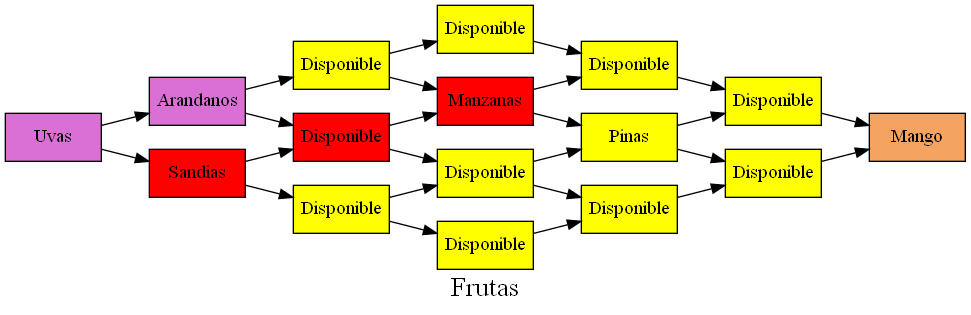
This is Images/Ruta.gv.png from AdrianMolina2000/LF_Proyecto2, a Graphviz export, as it was before one commit. Its source is kept beside it as Images/Ruta.gv.
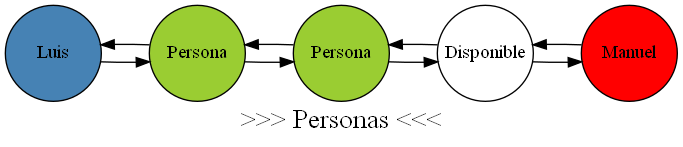
The same diagram one commit later.

Change to the diagram source:
```diff
@@ -1,62 +1,24 @@
 digraph Ruta {
-	node [color=black fillcolor=orchid fixedsize=true shape=box style=filled width=1]
-	"nodo(0, 0)" [label=Uvas]
-	node [color=black fillcolor=orchid fixedsize=true shape=box style=filled width=1]
-	"nodo(0, 1)" [label=Arandanos]
-	node [color=black fillcolor=yellow fixedsize=true shape=box style=filled width=1]
-	"nodo(0, 2)" [label=Disponible]
-	node [color=black fillcolor=yellow fixedsize=true shape=box style=filled width=1]
-	"nodo(0, 3)" [label=Disponible]
-	node [color=black fillcolor=red fixedsize=true shape=box style=filled width=1]
-	"nodo(1, 0)" [label=Sandias]
-	node [color=black fillcolor=red fixedsize=true shape=box style=filled width=1]
-	"nodo(1, 1)" [label=Disponible]
-	node [color=black fillcolor=red fixedsize=true shape=box style=filled width=1]
-	"nodo(1, 2)" [label=Manzanas]
-	node [color=black fillcolor=yellow fixedsize=true shape=box style=filled width=1]
-	"nodo(1, 3)" [label=Disponible]
-	node [color=black fillcolor=yellow fixedsize=true shape=box style=filled width=1]
-	"nodo(2, 0)" [label=Disponible]
-	node [color=black fillcolor=yellow fixedsize=true shape=box style=filled width=1]
-	"nodo(2, 1)" [label=Disponible]
-	node [color=black fillcolor=yellow fixedsize=true shape=box style=filled width=1]
-	"nodo(2, 2)" [label=Pinas]
-	node [color=black fillcolor=yellow fixedsize=true shape=box style=filled width=1]
-	"nodo(2, 3)" [label=Disponible]
-	node [color=black fillcolor=yellow fixedsize=true shape=box style=filled width=1]
-	"nodo(3, 0)" [label=Disponible]
-	node [color=black fillcolor=yellow fixedsize=true shape=box style=filled width=1]
-	"nodo(3, 1)" [label=Disponible]
-	node [color=black fillcolor=yellow fixedsize=true shape=box style=filled width=1]
-	"nodo(3, 2)" [label=Disponible]
-	node [color=black fillcolor=sandybrown fixedsize=true shape=box style=filled width=1]
-	"nodo(3, 3)" [label=Mango]
-	"nodo(0, 0)" -> "nodo(1, 0)"
-	"nodo(0, 0)" -> "nodo(0, 1)"
-	"nodo(0, 1)" -> "nodo(1, 1)"
-	"nodo(0, 1)" -> "nodo(0, 2)"
-	"nodo(0, 2)" -> "nodo(1, 2)"
-	"nodo(0, 2)" -> "nodo(0, 3)"
-	"nodo(0, 3)" -> "nodo(1, 3)"
-	"nodo(1, 0)" -> "nodo(2, 0)"
-	"nodo(1, 0)" -> "nodo(1, 1)"
-	"nodo(1, 1)" -> "nodo(2, 1)"
-	"nodo(1, 1)" -> "nodo(1, 2)"
-	"nodo(1, 2)" -> "nodo(2, 2)"
-	"nodo(1, 2)" -> "nodo(1, 3)"
-	"nodo(1, 3)" -> "nodo(2, 3)"
-	"nodo(2, 0)" -> "nodo(3, 0)"
-	"nodo(2, 0)" -> "nodo(2, 1)"
-	"nodo(2, 1)" -> "nodo(3, 1)"
-	"nodo(2, 1)" -> "nodo(2, 2)"
-	"nodo(2, 2)" -> "nodo(3, 2)"
-	"nodo(2, 2)" -> "nodo(2, 3)"
-	"nodo(2, 3)" -> "nodo(3, 3)"
-	"nodo(3, 0)" -> "nodo(3, 1)"
-	"nodo(3, 1)" -> "nodo(3, 2)"
-	"nodo(3, 2)" -> "nodo(3, 3)"
+	node [color=black fillcolor=steelblue fixedsize=true shape=circle style=filled width=1]
+	nodo1 [label=Luis]
+	node [color=black fillcolor=yellowgreen fixedsize=true shape=circle style=filled width=1]
+	nodo2 [label=Persona]
+	node [color=black fillcolor=yellowgreen fixedsize=true shape=circle style=filled width=1]
+	nodo3 [label=Persona]
+	node [color=black fillcolor=white fixedsize=true shape=circle style=filled width=1]
+	nodo4 [label=Disponible]
+	node [color=black fillcolor=red fixedsize=true shape=circle style=filled width=1]
+	nodo5 [label=Manuel]
+	nodo1 -> nodo2
+	nodo2 -> nodo3
+	nodo3 -> nodo4
+	nodo4 -> nodo5
+	nodo2 -> nodo1
+	nodo3 -> nodo2
+	nodo4 -> nodo3
+	nodo5 -> nodo4
 	overlap=false
-	label=Frutas
+	label=">>> Personas <<<"
 	fontsize=20
 	rankdir=LR
 }
```
